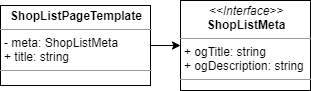
Before: sw-design/images/ui-design-010/ui-design-010-pt002.png, a diagram exported from draw.io (thesoncriel/coding-guide). Source tidied: cells renumbered, new cells last; positions are measured from the earlier drawing's top-left corner, leaving out a move shared by most shapes. The source it was exported from:
```xml
<mxGraphModel>
  <root>
    <mxCell id="0" />
    <mxCell id="1" parent="0" />
    <mxCell id="2" style="edgeStyle=orthogonalEdgeStyle;rounded=0;jettySize=auto;html=1;entryX=0;entryY=0.5;entryDx=0;entryDy=0;fontSize=16;" parent="1" edge="1" source="3" target="4">
      <mxGeometry relative="1" as="geometry" />
    </mxCell>
    <mxCell id="3" value="&lt;p style=&quot;margin: 0px ; margin-top: 4px ; text-align: center&quot;&gt;&lt;b&gt;ShopListPageTemplate&lt;/b&gt;&lt;/p&gt;&lt;hr size=&quot;1&quot;&gt;&lt;p style=&quot;margin: 0px ; margin-left: 4px&quot;&gt;- meta: ShopListMeta&lt;/p&gt;&lt;p style=&quot;margin: 0px ; margin-left: 4px&quot;&gt;+ title: string&lt;/p&gt;&lt;hr size=&quot;1&quot;&gt;&lt;p style=&quot;margin: 0px ; margin-left: 4px&quot;&gt;&lt;br&gt;&lt;/p&gt;" style="verticalAlign=top;align=left;overflow=fill;fontSize=12;fontFamily=Helvetica;html=1;" parent="1" vertex="1">
      <mxGeometry y="5" width="150" height="80" as="geometry" />
    </mxCell>
    <mxCell id="4" value="&lt;p style=&quot;margin: 0px ; margin-top: 4px ; text-align: center&quot;&gt;&lt;i&gt;&amp;lt;&amp;lt;Interface&amp;gt;&amp;gt;&lt;/i&gt;&lt;br&gt;&lt;b&gt;ShopListMeta&lt;/b&gt;&lt;/p&gt;&lt;hr size=&quot;1&quot;&gt;&lt;p style=&quot;margin: 0px ; margin-left: 4px&quot;&gt;+ ogTitle: string&lt;/p&gt;&lt;p style=&quot;margin: 0px ; margin-left: 4px&quot;&gt;+ ogDescription: string&lt;/p&gt;&lt;hr size=&quot;1&quot;&gt;&lt;p style=&quot;margin: 0px ; margin-left: 4px&quot;&gt;&lt;br&gt;&lt;/p&gt;" style="verticalAlign=top;align=left;overflow=fill;fontSize=12;fontFamily=Helvetica;html=1;" parent="1" vertex="1">
      <mxGeometry x="180" width="130" height="90" as="geometry" />
    </mxCell>
  </root>
</mxGraphModel>
```
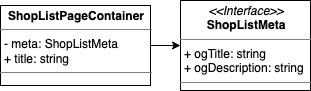
Above is the later version.

The edit, as a diff of the source:
```diff
@@ -5,7 +5,7 @@
     <mxCell id="2" style="edgeStyle=orthogonalEdgeStyle;rounded=0;jettySize=auto;html=1;entryX=0;entryY=0.5;entryDx=0;entryDy=0;fontSize=16;" parent="1" edge="1" source="3" target="4">
       <mxGeometry relative="1" as="geometry" />
     </mxCell>
-    <mxCell id="3" value="&lt;p style=&quot;margin: 0px ; margin-top: 4px ; text-align: center&quot;&gt;&lt;b&gt;ShopListPageTemplate&lt;/b&gt;&lt;/p&gt;&lt;hr size=&quot;1&quot;&gt;&lt;p style=&quot;margin: 0px ; margin-left: 4px&quot;&gt;- meta: ShopListMeta&lt;/p&gt;&lt;p style=&quot;margin: 0px ; margin-left: 4px&quot;&gt;+ title: string&lt;/p&gt;&lt;hr size=&quot;1&quot;&gt;&lt;p style=&quot;margin: 0px ; margin-left: 4px&quot;&gt;&lt;br&gt;&lt;/p&gt;" style="verticalAlign=top;align=left;overflow=fill;fontSize=12;fontFamily=Helvetica;html=1;" parent="1" vertex="1">
+    <mxCell id="3" value="&lt;p style=&quot;margin: 0px ; margin-top: 4px ; text-align: center&quot;&gt;&lt;b&gt;ShopListPageContainer&lt;/b&gt;&lt;/p&gt;&lt;hr size=&quot;1&quot;&gt;&lt;p style=&quot;margin: 0px ; margin-left: 4px&quot;&gt;- meta: ShopListMeta&lt;/p&gt;&lt;p style=&quot;margin: 0px ; margin-left: 4px&quot;&gt;+ title: string&lt;/p&gt;&lt;hr size=&quot;1&quot;&gt;&lt;p style=&quot;margin: 0px ; margin-left: 4px&quot;&gt;&lt;br&gt;&lt;/p&gt;" style="verticalAlign=top;align=left;overflow=fill;fontSize=12;fontFamily=Helvetica;html=1;" parent="1" vertex="1">
       <mxGeometry y="5" width="150" height="80" as="geometry" />
     </mxCell>
     <mxCell id="4" value="&lt;p style=&quot;margin: 0px ; margin-top: 4px ; text-align: center&quot;&gt;&lt;i&gt;&amp;lt;&amp;lt;Interface&amp;gt;&amp;gt;&lt;/i&gt;&lt;br&gt;&lt;b&gt;ShopListMeta&lt;/b&gt;&lt;/p&gt;&lt;hr size=&quot;1&quot;&gt;&lt;p style=&quot;margin: 0px ; margin-left: 4px&quot;&gt;+ ogTitle: string&lt;/p&gt;&lt;p style=&quot;margin: 0px ; margin-left: 4px&quot;&gt;+ ogDescription: string&lt;/p&gt;&lt;hr size=&quot;1&quot;&gt;&lt;p style=&quot;margin: 0px ; margin-left: 4px&quot;&gt;&lt;br&gt;&lt;/p&gt;" style="verticalAlign=top;align=left;overflow=fill;fontSize=12;fontFamily=Helvetica;html=1;" parent="1" vertex="1">
```
